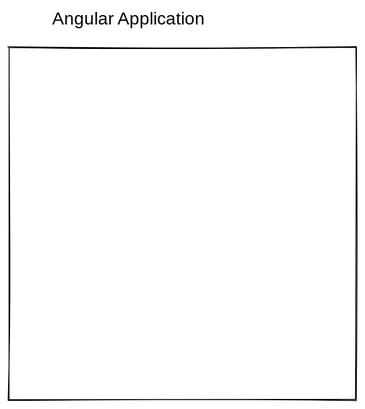
Before: class-notes/angular-architecture.excalidraw.svg, a diagram exported from Excalidraw (hypertheory-angular/angular-state-management-oct-2022). Source tidied: one line per element, renumbered; positions are measured from the earlier drawing's top-left corner, leaving out a move shared by most shapes.
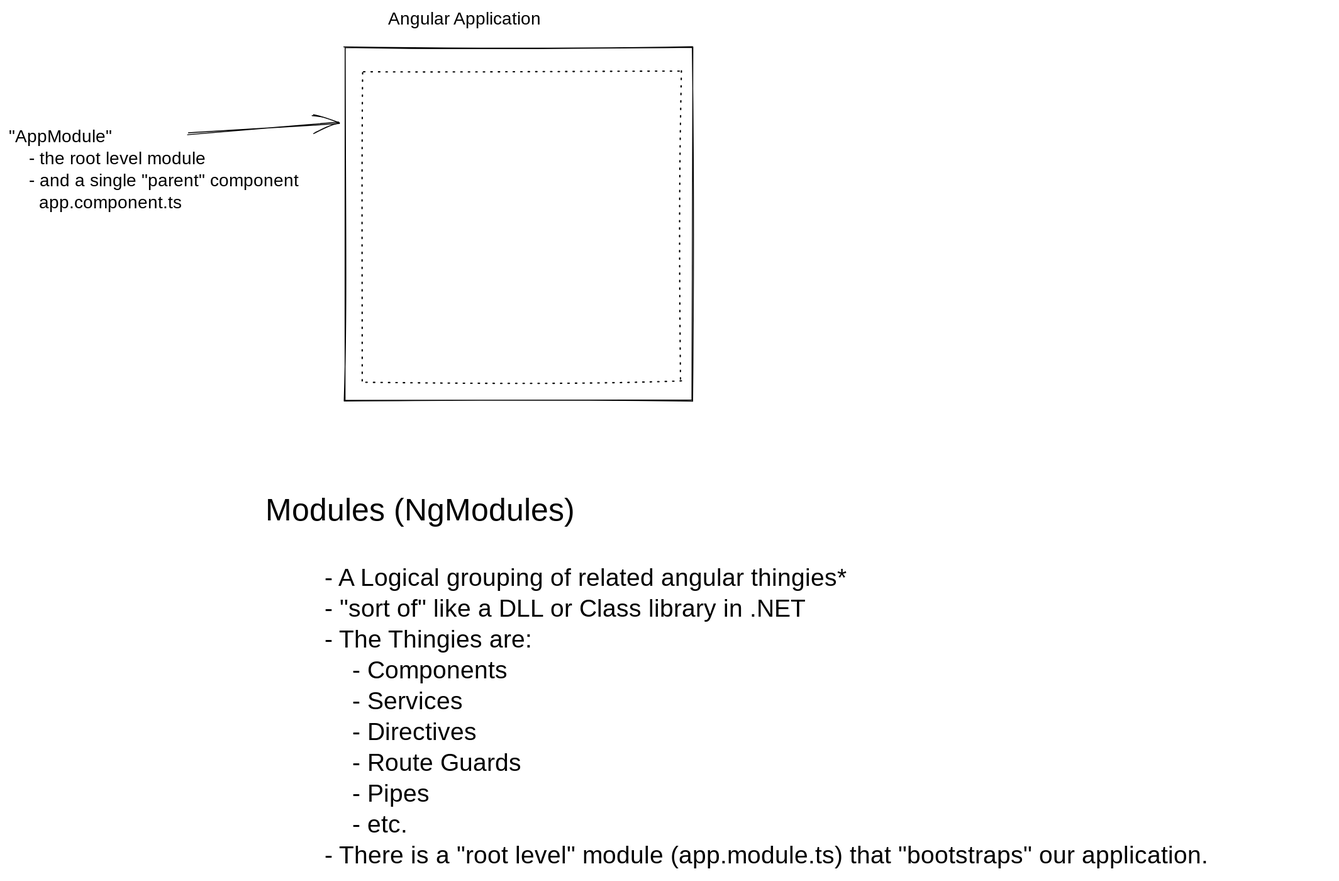
Above is the later version.

Commit message:
have a couple of components

Diff of the diagram source:
```diff
@@ -1,2 +1,7 @@
 {"id": 0, "type": "rectangle", "strokeColor": "#000000", "strokeWidth": 1, "roughness": 1, "x": 0, "y": 44, "width": 395, "height": 401}
 {"id": 1, "type": "text", "text": "Angular Application", "strokeColor": "#000000", "strokeWidth": 1, "roughness": 1, "fontSize": 20, "fontFamily": 1, "x": 49, "y": 0, "width": 185, "height": 25}
+{"id": 2, "type": "text", "text": "Modules (NgModules)\n", "strokeColor": "#000000", "strokeWidth": 1, "roughness": 1, "fontSize": 36, "fontFamily": 1, "x": -90, "y": 549, "width": 362, "height": 90}
+{"id": 3, "type": "text", "text": "- A Logical grouping of related angular thingies*\n- \"sort of\" like a DLL or Class library in .NET\n- The Thingies are:\n    - Components\n    - Services\n    - Directives\n    - Route Guards\n    - Pipes\n    - etc.\n- There is a \"root level\" module (app.module.ts) that \"bootstraps\" our application.", "strokeColor": "#000000", "strokeWidth": 1, "roughness": 1, "fontSize": 28, "fontFamily": 1, "x": -23, "y": 630, "width": 1142, "height": 350}
+{"id": 4, "type": "rectangle", "strokeColor": "#000000", "strokeWidth": 1, "strokeStyle": "dotted", "roughness": 1, "x": 20, "y": 72, "width": 361, "height": 352}
+{"id": 5, "type": "arrow", "strokeColor": "#000000", "strokeWidth": 1, "roughness": 1, "endArrowhead": "arrow", "to": 4, "x": -178, "y": 142, "width": 172, "height": 12, "points": [[0, 0], [172, -12]]}
+{"id": 6, "type": "text", "text": "\"AppModule\"\n    - the root level module\n    - and a single \"parent\" component\n      app.component.ts", "strokeColor": "#000000", "strokeWidth": 1, "roughness": 1, "fontSize": 20, "fontFamily": 1, "x": -382, "y": 134, "width": 370, "height": 100}
```
